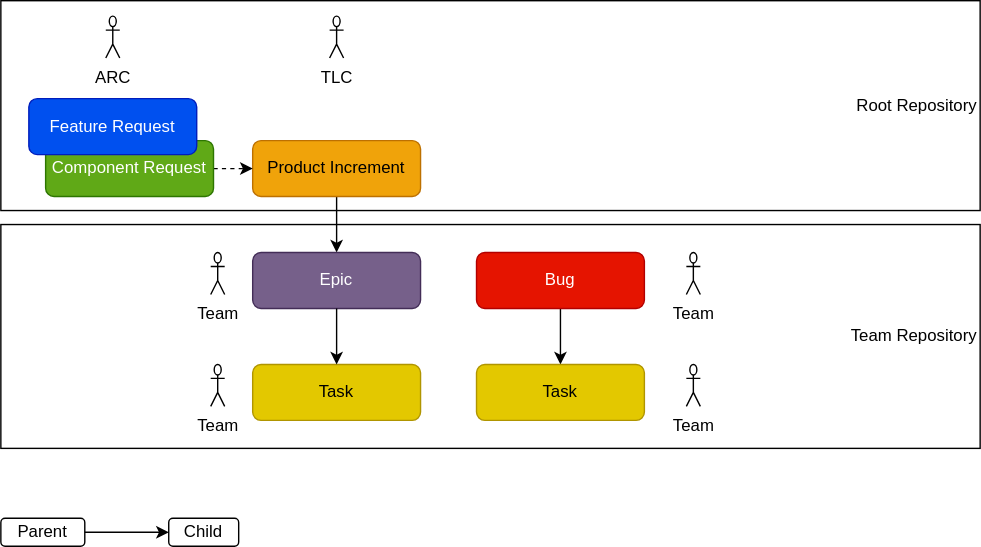
The draw.io diagram docs/platform_management_plan/_assets/score_project_management_issue_types.drawio.svg in eclipse-score/score, before a commit. Source tidied: cells renumbered, new cells last; positions are measured from the earlier drawing's top-left corner, leaving out a move shared by most shapes.
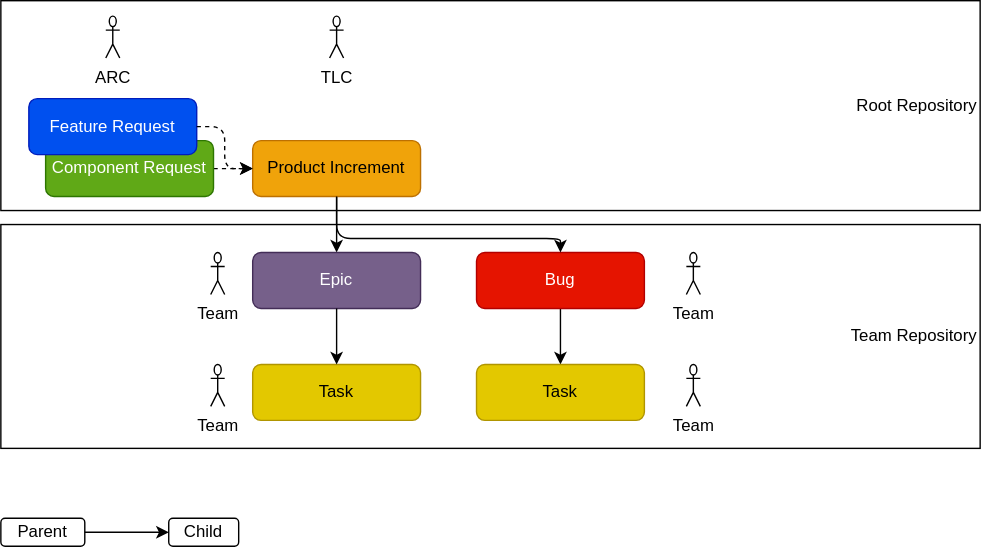
The same diagram one commit later.

Commit message:
+ process issue overview

What changed in the source:
```diff
@@ -68,5 +68,16 @@
     <mxCell id="23" value="Feature Request" style="rounded=1;whiteSpace=wrap;html=1;fillColor=#0050ef;fontColor=#ffffff;strokeColor=#001DBC;" parent="1" vertex="1">
       <mxGeometry x="20" y="70" width="120" height="40" as="geometry" />
     </mxCell>
+    <mxCell id="24" style="endArrow=classic;html=1;exitX=0.5;exitY=1;exitDx=0;exitDy=0;entryX=0.5;entryY=0;entryDx=0;entryDy=0;edgeStyle=orthogonalEdgeStyle;" parent="1" edge="1" source="5" target="13">
+      <mxGeometry relative="1" as="geometry">
+        <Array as="points">
+          <mxPoint x="240" y="170" />
+          <mxPoint x="400" y="170" />
+        </Array>
+      </mxGeometry>
+    </mxCell>
+    <mxCell id="25" style="edgeStyle=orthogonalEdgeStyle;html=1;entryX=0;entryY=0.5;entryDx=0;entryDy=0;dashed=1;exitX=1;exitY=0.5;exitDx=0;exitDy=0;" parent="1" edge="1" source="23" target="5">
+      <mxGeometry relative="1" as="geometry" />
+    </mxCell>
   </root>
 </mxGraphModel>
```
